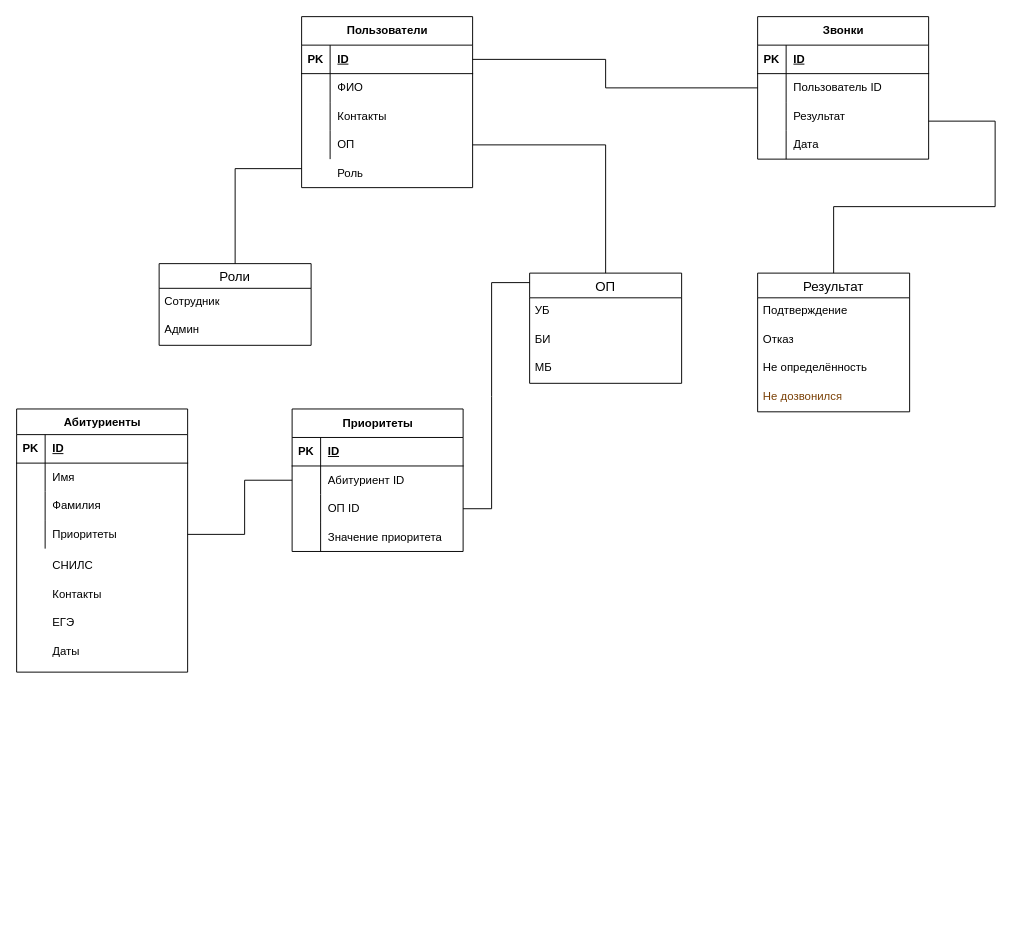
Earlier version of the draw.io diagram БД ИАД.drawio (DmitriyShalashov/Diagrams). Source tidied: cells renumbered, new cells numbered last; positions are measured from the earlier drawing's top-left corner, leaving out a move shared by most shapes. Both pictures are drawn from the tidied source at 95%, with x=0, y=0 at pixel (16, 16).
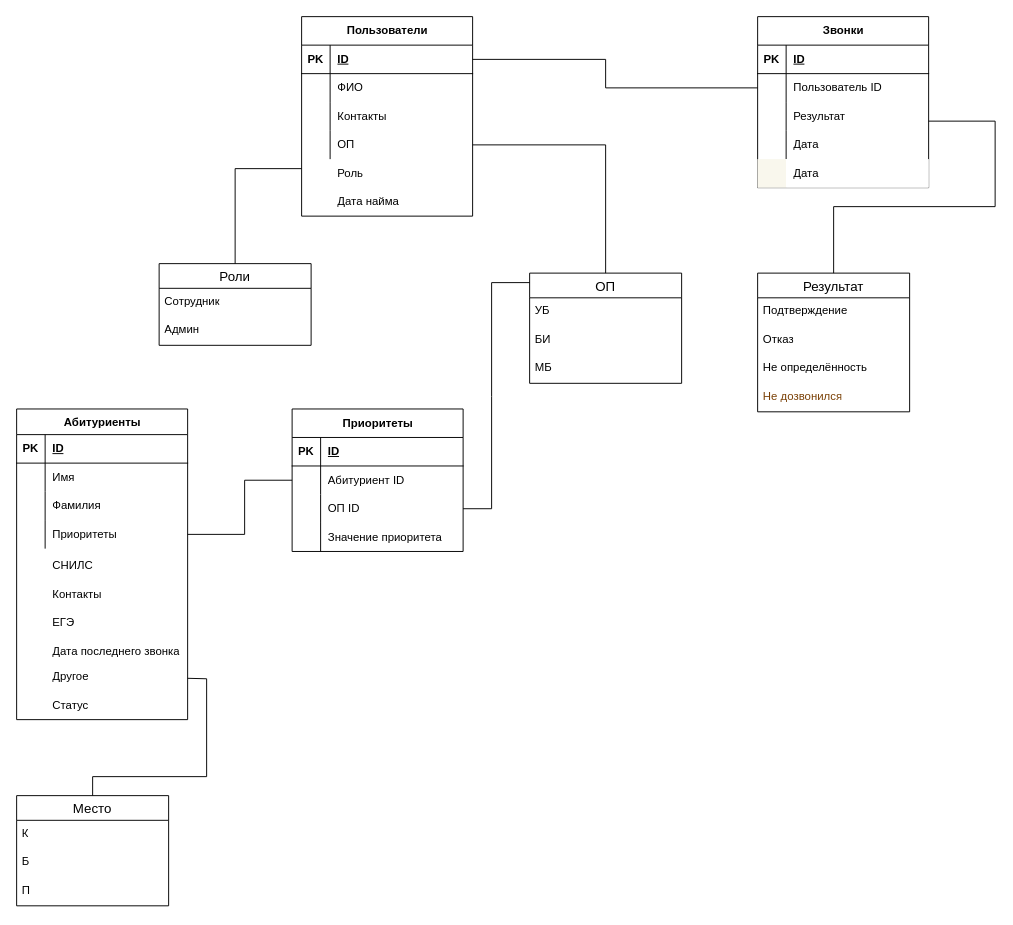
The same page after the edit.

Change to the diagram source:
```diff
@@
     <mxCell id="2" value="Абитуриенты" style="shape=table;startSize=27;childLayout=tableLayout;rowLines=0;fontStyle=1;align=center;html=1;" parent="1" vertex="1">
-      <mxGeometry y="413" width="180" height="277" as="geometry" />
+      <mxGeometry y="413" width="180" height="327" as="geometry" />
     </mxCell>
@@
-    <mxCell id="37" value="Даты" style="shape=partialRectangle;fillColor=none;top=0;left=0;bottom=0;right=0;align=left;spacingLeft=6;overflow=hidden;whiteSpace=wrap;html=1;strokeColor=default;" parent="1" vertex="1">
+    <mxCell id="37" value="Дата последнего звонка" style="shape=partialRectangle;fillColor=none;top=0;left=0;bottom=0;right=0;align=left;spacingLeft=6;overflow=hidden;whiteSpace=wrap;html=1;strokeColor=default;" parent="1" vertex="1">
       <mxGeometry x="30" y="653" width="150" height="30" as="geometry" />
     </mxCell>
@@
     <mxCell id="41" value="Пользователи" style="shape=table;startSize=30;childLayout=tableLayout;rowLines=0;fontStyle=1;align=center;html=1;" parent="1" vertex="1">
-      <mxGeometry x="300" width="180" height="180" as="geometry" />
+      <mxGeometry x="300" width="180" height="210" as="geometry" />
     </mxCell>
@@
     <mxCell id="54" value="Звонки" style="shape=table;startSize=30;childLayout=tableLayout;rowLines=0;fontStyle=1;align=center;html=1;" parent="1" vertex="1">
-      <mxGeometry x="780" width="180" height="150" as="geometry" />
+      <mxGeometry x="780" width="180" height="180" as="geometry" />
     </mxCell>
@@
+    <mxCell id="78" value="Место" style="swimlane;fontStyle=0;horizontal=1;startSize=26;align=center;fontSize=14;" parent="1" vertex="1">
+      <mxGeometry y="820" width="160" height="116" as="geometry" />
+    </mxCell>
+    <mxCell id="79" value="К" style="text;strokeColor=none;fillColor=none;spacingLeft=4;spacingRight=4;overflow=hidden;fontSize=12;whiteSpace=wrap;html=1;" parent="78" vertex="1">
+      <mxGeometry y="26" width="160" height="30" as="geometry" />
+    </mxCell>
+    <mxCell id="80" value="Б" style="text;strokeColor=none;fillColor=none;spacingLeft=4;spacingRight=4;overflow=hidden;fontSize=12;whiteSpace=wrap;html=1;" parent="78" vertex="1">
+      <mxGeometry y="56" width="160" height="30" as="geometry" />
+    </mxCell>
+    <mxCell id="81" value="П" style="text;strokeColor=none;fillColor=none;spacingLeft=4;spacingRight=4;overflow=hidden;fontSize=12;whiteSpace=wrap;html=1;" parent="78" vertex="1">
+      <mxGeometry y="86" width="160" height="30" as="geometry" />
+    </mxCell>
+    <mxCell id="82" value="Другое" style="shape=partialRectangle;fillColor=none;top=0;left=0;bottom=0;right=0;align=left;spacingLeft=6;overflow=hidden;whiteSpace=wrap;html=1;strokeColor=default;" parent="1" vertex="1">
+      <mxGeometry x="30" y="680" width="150" height="30" as="geometry" />
+    </mxCell>
+    <mxCell id="83" style="shape=tableRow;horizontal=0;startSize=0;swimlaneHead=0;swimlaneBody=0;top=0;left=0;right=0;bottom=0;strokeWidth=2;swimlaneFillColor=none;" parent="1" vertex="1">
+      <mxGeometry x="780" y="150" width="180" height="30" as="geometry" />
+    </mxCell>
+    <mxCell id="84" style="shape=partialRectangle;top=0;left=0;bottom=0;right=0;overflow=hidden;whiteSpace=wrap;html=1;fillColor=#f9f7ed;perimeterSpacing=9;strokeWidth=5;strokeColor=#36393d;" parent="83" vertex="1">
+      <mxGeometry width="30" height="30" as="geometry" />
+    </mxCell>
+    <mxCell id="85" value="Дата" style="shape=partialRectangle;top=0;left=0;bottom=0;right=0;align=left;spacingLeft=6;overflow=hidden;whiteSpace=wrap;html=1;strokeWidth=2;" parent="1" vertex="1">
+      <mxGeometry x="810" y="150" width="150" height="30" as="geometry" />
+    </mxCell>
+    <mxCell id="86" value="Дата найма" style="shape=partialRectangle;fillColor=none;top=0;left=0;bottom=0;right=0;align=left;spacingLeft=6;overflow=hidden;whiteSpace=wrap;html=1;" parent="1" vertex="1">
+      <mxGeometry x="330" y="180" width="150" height="30" as="geometry" />
+    </mxCell>
+    <mxCell id="87" value="Статус" style="shape=partialRectangle;fillColor=none;top=0;left=0;bottom=0;right=0;align=left;spacingLeft=6;overflow=hidden;whiteSpace=wrap;html=1;strokeColor=default;" parent="1" vertex="1">
+      <mxGeometry x="30" y="710" width="150" height="30" as="geometry" />
+    </mxCell>
+    <mxCell id="88" style="endArrow=none;html=1;rounded=0;entryX=1;entryY=0.5;entryDx=0;entryDy=0;exitX=0.5;exitY=0;exitDx=0;exitDy=0;" parent="1" edge="1" source="78">
+      <mxGeometry relative="1" as="geometry">
+        <mxPoint x="180" y="696.5" as="targetPoint" />
+        <Array as="points">
+          <mxPoint x="80" y="800" />
+          <mxPoint x="200" y="800" />
+          <mxPoint x="200" y="697" />
+        </Array>
+      </mxGeometry>
+    </mxCell>
```
